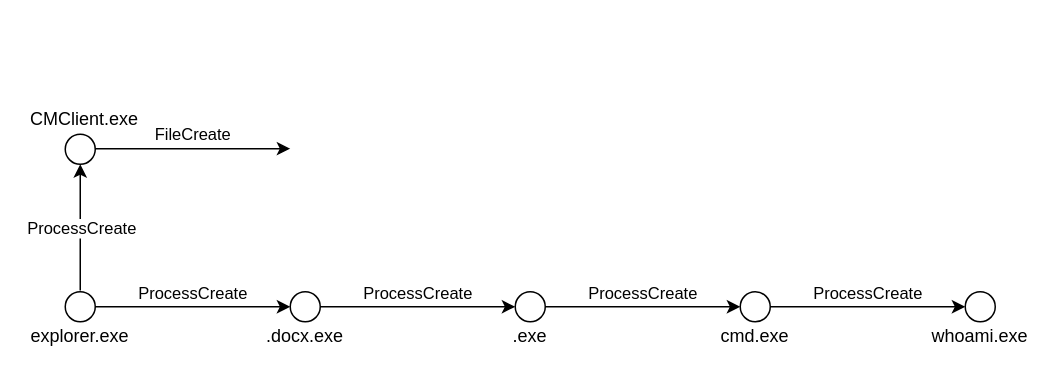
Earlier version of the draw.io diagram 银狐1.drawio (ernongxizhu/picture). Source tidied: cells renumbered, new cells numbered last; positions are measured from the earlier drawing's top-left corner, leaving out a move shared by most shapes. Both pictures are drawn from the tidied source at 150%, with x=0, y=0 at pixel (34, 96).
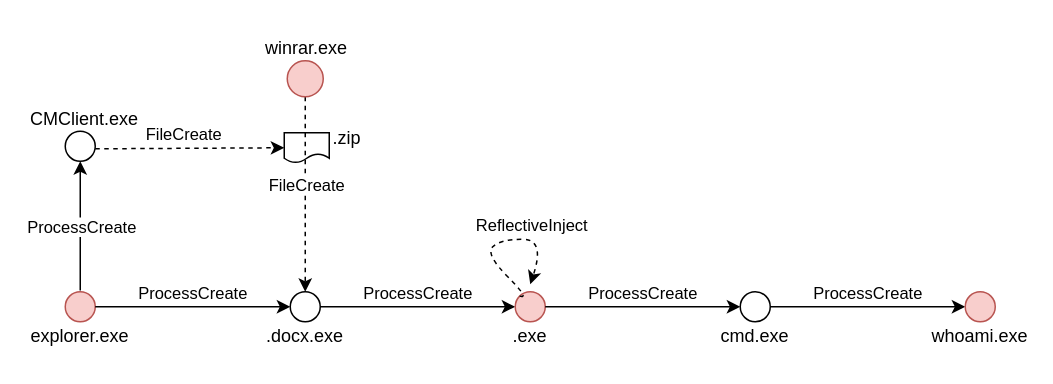
The same diagram, later.

Unchanged cells that the change refers to:
```xml
<mxCell id="5" style="ellipse;whiteSpace=wrap;html=1;" parent="1" vertex="1">
  <mxGeometry x="170" y="130" width="20" height="20" as="geometry" />
</mxCell>
```

What changed in the source:
```diff
@@
-    <mxCell id="2" style="ellipse;whiteSpace=wrap;html=1;" parent="1" vertex="1">
+    <mxCell id="2" style="ellipse;whiteSpace=wrap;html=1;fillColor=#f8cecc;strokeColor=#b85450;" parent="1" vertex="1">
       <mxGeometry x="20" y="130" width="20" height="20" as="geometry" />
     </mxCell>
@@
-    <mxCell id="10" style="ellipse;whiteSpace=wrap;html=1;" parent="1" vertex="1">
+    <mxCell id="10" style="ellipse;whiteSpace=wrap;html=1;fillColor=#f8cecc;strokeColor=#b85450;" parent="1" vertex="1">
       <mxGeometry x="320" y="130" width="20" height="20" as="geometry" />
     </mxCell>
@@
-    <mxCell id="18" style="ellipse;whiteSpace=wrap;html=1;" parent="1" vertex="1">
+    <mxCell id="18" style="ellipse;whiteSpace=wrap;html=1;fillColor=#f8cecc;strokeColor=#b85450;" parent="1" vertex="1">
       <mxGeometry x="620" y="130" width="20" height="20" as="geometry" />
     </mxCell>
@@
-    <mxCell id="20" style="endArrow=classic;html=1;rounded=0;exitX=1;exitY=0.5;exitDx=0;exitDy=0;" parent="1" edge="1">
+    <mxCell id="20" style="endArrow=classic;html=1;rounded=0;exitX=1;exitY=0.5;exitDx=0;exitDy=0;entryX=0.5;entryY=1;entryDx=0;entryDy=0;" parent="1" edge="1" target="22">
       <mxGeometry relative="1" as="geometry">
         <mxPoint x="30" y="129.2" as="sourcePoint" />
-        <mxPoint x="30" y="45" as="targetPoint" />
       </mxGeometry>
     </mxCell>
@@
     <mxCell id="22" style="ellipse;whiteSpace=wrap;html=1;" parent="1" vertex="1">
-      <mxGeometry x="20" y="25" width="20" height="20" as="geometry" />
+      <mxGeometry x="20" y="23" width="20" height="20" as="geometry" />
     </mxCell>
@@
-    <mxCell id="24" style="endArrow=classic;html=1;rounded=0;exitX=1;exitY=0.5;exitDx=0;exitDy=0;edgeStyle=elbowEdgeStyle;" parent="1" edge="1">
+    <mxCell id="24" style="endArrow=classic;html=1;rounded=0;exitX=1;exitY=0.5;exitDx=0;exitDy=0;edgeStyle=elbowEdgeStyle;dashed=1;entryX=0;entryY=0.5;entryDx=0;entryDy=0;" parent="1" edge="1" target="26">
       <mxGeometry relative="1" as="geometry">
         <mxPoint x="40" y="34.6" as="sourcePoint" />
-        <mxPoint x="170" y="34.6" as="targetPoint" />
         <Array as="points">
-          <mxPoint x="110" y="35" />
+          <mxPoint x="60" y="35" />
         </Array>
       </mxGeometry>
     </mxCell>
     <mxCell id="25" value="FileCreate" style="edgeLabel;html=1;align=center;verticalAlign=middle;" parent="24" vertex="1">
       <mxGeometry x="-0.16" y="3" relative="1" as="geometry">
-        <mxPoint x="9" y="-7" as="offset" />
+        <mxPoint x="6" y="-7" as="offset" />
       </mxGeometry>
     </mxCell>
+    <mxCell id="26" style="shape=document;whiteSpace=wrap;html=1;boundedLbl=1;" parent="1" vertex="1">
+      <mxGeometry x="166" y="24" width="30" height="20" as="geometry" />
+    </mxCell>
+    <mxCell id="27" value=".zip" style="text;strokeColor=none;align=center;fillColor=none;html=1;verticalAlign=middle;whiteSpace=wrap;rounded=0;" parent="1" vertex="1">
+      <mxGeometry x="178" y="13" width="60" height="30" as="geometry" />
+    </mxCell>
+    <mxCell id="28" style="endArrow=classic;html=1;rounded=0;exitX=0.5;exitY=1;exitDx=0;exitDy=0;edgeStyle=elbowEdgeStyle;dashed=1;entryX=0.5;entryY=0;entryDx=0;entryDy=0;" parent="1" edge="1" source="30" target="5">
+      <mxGeometry relative="1" as="geometry">
+        <Array as="points">
+          <mxPoint x="180" y="65" />
+        </Array>
+      </mxGeometry>
+    </mxCell>
+    <mxCell id="29" value="FileCreate" style="edgeLabel;html=1;align=center;verticalAlign=middle;" parent="28" vertex="1">
+      <mxGeometry x="-0.16" y="3" relative="1" as="geometry">
+        <mxPoint x="-3" y="3" as="offset" />
+      </mxGeometry>
+    </mxCell>
+    <mxCell id="30" style="ellipse;whiteSpace=wrap;html=1;fillColor=#f8cecc;strokeColor=#b85450;" parent="1" vertex="1">
+      <mxGeometry x="168" y="-24" width="24" height="24" as="geometry" />
+    </mxCell>
+    <mxCell id="31" value="winrar.exe" style="text;strokeColor=none;align=center;fillColor=none;html=1;verticalAlign=middle;whiteSpace=wrap;rounded=0;" parent="1" vertex="1">
+      <mxGeometry x="151" y="-47" width="60" height="30" as="geometry" />
+    </mxCell>
+    <mxCell id="32" style="curved=1;endArrow=classic;html=1;rounded=0;exitX=0;exitY=0;exitDx=0;exitDy=0;dashed=1;" parent="1" edge="1" source="10">
+      <mxGeometry relative="1" as="geometry">
+        <mxPoint x="330" y="125" as="targetPoint" />
+        <Array as="points">
+          <mxPoint x="330" y="135" />
+          <mxPoint x="300" y="105" />
+          <mxPoint x="310" y="95" />
+          <mxPoint x="340" y="95" />
+        </Array>
+      </mxGeometry>
+    </mxCell>
+    <mxCell id="33" value="ReflectiveInject" style="edgeLabel;html=1;align=center;verticalAlign=middle;" parent="32" vertex="1">
+      <mxGeometry x="0.35" relative="1" as="geometry">
+        <mxPoint x="-1" y="-10" as="offset" />
+      </mxGeometry>
+    </mxCell>
```
